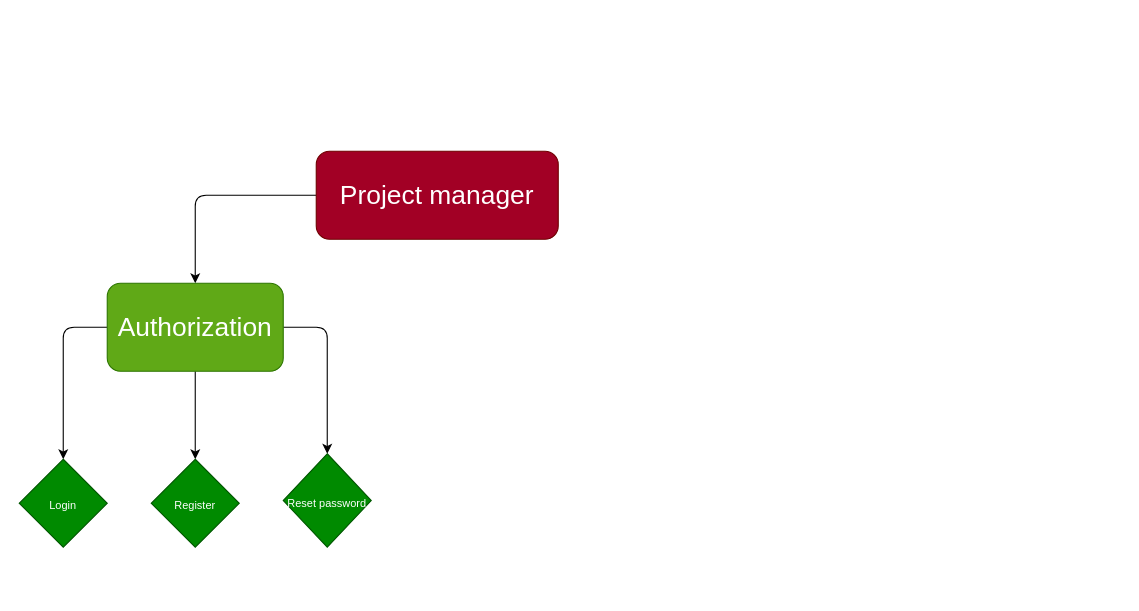
The draw.io diagram example/project.Drawio in AmirhossienGhodratnema/Project-management, before the edit. Source tidied: cells renumbered, new cells numbered last; positions are measured from the earlier drawing's top-left corner, leaving out a move shared by most shapes. Both pictures are drawn from the tidied source at 110%, with x=0, y=0 at pixel (19, 151).
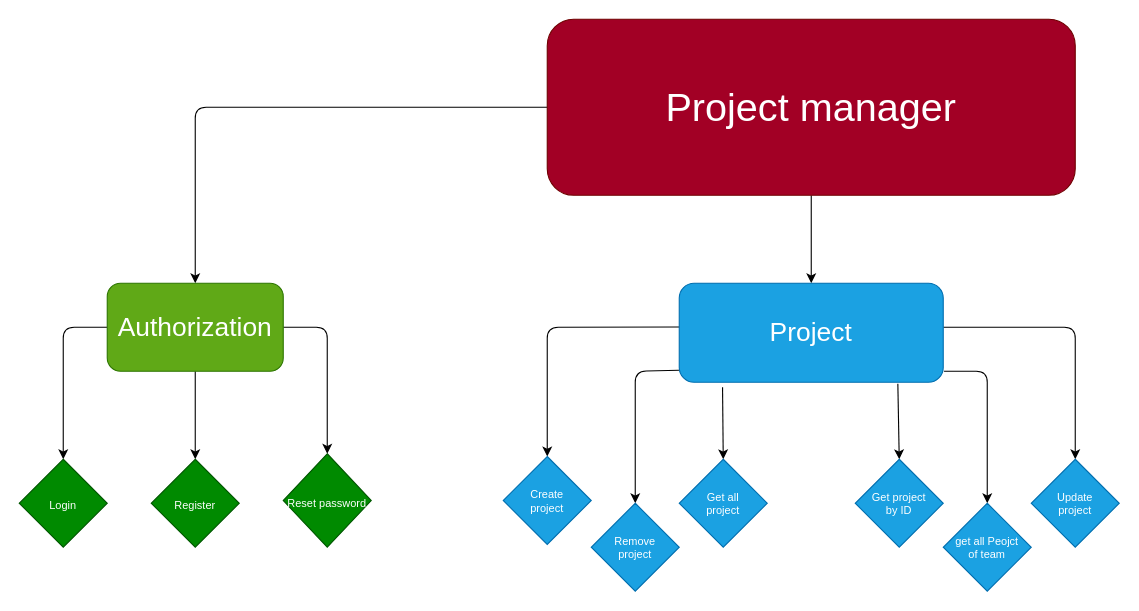
After the change.

Commit message:
controller method authentication and project is ok

Unchanged cells that the change refers to:
```xml
<mxCell id="10" value="Authorization" style="rounded=1;whiteSpace=wrap;html=1;fontSize=24;fillColor=#60a917;fontColor=#ffffff;strokeColor=#2D7600;" parent="1" vertex="1">
  <mxGeometry x="80" y="120" width="160" height="80" as="geometry" />
</mxCell>
```

The edit, as a diff of the source:
```diff
@@
-    <mxCell id="5" style="edgeStyle=none;html=1;entryX=0.5;entryY=0;entryDx=0;entryDy=0;fontSize=24;" parent="1" edge="1" source="6" target="10">
+    <mxCell id="5" style="edgeStyle=none;html=1;exitX=0;exitY=0.5;exitDx=0;exitDy=0;entryX=0.5;entryY=0;entryDx=0;entryDy=0;" parent="1" edge="1" source="6" target="10">
       <mxGeometry relative="1" as="geometry">
         <Array as="points">
-          <mxPoint x="160" y="40" />
+          <mxPoint x="160" y="-40" />
         </Array>
       </mxGeometry>
     </mxCell>
+    <mxCell id="11" style="edgeStyle=none;html=1;entryX=0.5;entryY=0;entryDx=0;entryDy=0;fontSize=24;" parent="1" edge="1" source="6" target="18">
+      <mxGeometry relative="1" as="geometry" />
+    </mxCell>
-    <mxCell id="6" value="&lt;font style=&quot;font-size: 24px;&quot;&gt;Project manager&lt;/font&gt;" style="rounded=1;whiteSpace=wrap;html=1;fillColor=#a20025;strokeColor=#6F0000;fontColor=#ffffff;" parent="1" vertex="1">
-      <mxGeometry x="270" width="220" height="80" as="geometry" />
+    <mxCell id="6" value="&lt;font style=&quot;font-size: 36px;&quot;&gt;Project manager&lt;/font&gt;" style="rounded=1;whiteSpace=wrap;html=1;fillColor=#a20025;strokeColor=#6F0000;fontColor=#ffffff;" parent="1" vertex="1">
+      <mxGeometry x="480" y="-120" width="480" height="160" as="geometry" />
     </mxCell>
@@
+    <mxCell id="12" style="edgeStyle=none;html=1;entryX=0.5;entryY=0;entryDx=0;entryDy=0;fontSize=10;exitX=0.002;exitY=0.442;exitDx=0;exitDy=0;exitPerimeter=0;" parent="1" edge="1" source="18" target="19">
+      <mxGeometry relative="1" as="geometry">
+        <Array as="points">
+          <mxPoint x="480" y="160" />
+        </Array>
+      </mxGeometry>
+    </mxCell>
+    <mxCell id="13" style="edgeStyle=none;html=1;entryX=0.5;entryY=0;entryDx=0;entryDy=0;fontSize=10;" parent="1" edge="1" target="24">
+      <mxGeometry relative="1" as="geometry">
+        <mxPoint x="840" y="160" as="sourcePoint" />
+        <Array as="points">
+          <mxPoint x="960" y="160" />
+        </Array>
+      </mxGeometry>
+    </mxCell>
+    <mxCell id="14" style="edgeStyle=none;html=1;exitX=1.003;exitY=0.889;exitDx=0;exitDy=0;entryX=0.5;entryY=0;entryDx=0;entryDy=0;fontSize=10;exitPerimeter=0;" parent="1" edge="1" source="18" target="21">
+      <mxGeometry relative="1" as="geometry">
+        <Array as="points">
+          <mxPoint x="880" y="200" />
+        </Array>
+      </mxGeometry>
+    </mxCell>
+    <mxCell id="15" style="edgeStyle=none;html=1;exitX=-0.001;exitY=0.879;exitDx=0;exitDy=0;entryX=0.5;entryY=0;entryDx=0;entryDy=0;fontSize=10;exitPerimeter=0;" parent="1" edge="1" source="18" target="23">
+      <mxGeometry relative="1" as="geometry">
+        <Array as="points">
+          <mxPoint x="560" y="200" />
+        </Array>
+      </mxGeometry>
+    </mxCell>
+    <mxCell id="16" style="edgeStyle=none;html=1;exitX=0.164;exitY=1.051;exitDx=0;exitDy=0;entryX=0.5;entryY=0;entryDx=0;entryDy=0;fontSize=10;exitPerimeter=0;" parent="1" edge="1" source="18" target="20">
+      <mxGeometry relative="1" as="geometry" />
+    </mxCell>
+    <mxCell id="17" style="edgeStyle=none;html=1;exitX=0.828;exitY=1.015;exitDx=0;exitDy=0;entryX=0.5;entryY=0;entryDx=0;entryDy=0;fontSize=10;exitPerimeter=0;" parent="1" edge="1" source="18" target="22">
+      <mxGeometry relative="1" as="geometry" />
+    </mxCell>
+    <mxCell id="18" value="&lt;font style=&quot;font-size: 24px;&quot;&gt;Project&lt;/font&gt;" style="rounded=1;whiteSpace=wrap;html=1;fillColor=#1ba1e2;fontColor=#ffffff;strokeColor=#006EAF;" parent="1" vertex="1">
+      <mxGeometry x="600" y="120" width="240" height="90" as="geometry" />
+    </mxCell>
+    <mxCell id="19" value="Create&lt;br&gt;project" style="rhombus;whiteSpace=wrap;html=1;fontSize=10;fillColor=#1ba1e2;fontColor=#ffffff;strokeColor=#006EAF;" parent="1" vertex="1">
+      <mxGeometry x="440" y="277.5" width="80" height="80" as="geometry" />
+    </mxCell>
+    <mxCell id="20" value="Get all&lt;br&gt;project" style="rhombus;whiteSpace=wrap;html=1;fontSize=10;fillColor=#1ba1e2;fontColor=#ffffff;strokeColor=#006EAF;" parent="1" vertex="1">
+      <mxGeometry x="600" y="280" width="80" height="80" as="geometry" />
+    </mxCell>
+    <mxCell id="21" value="get all Peojct&lt;br&gt;of team" style="rhombus;whiteSpace=wrap;html=1;fontSize=10;fillColor=#1ba1e2;fontColor=#ffffff;strokeColor=#006EAF;" parent="1" vertex="1">
+      <mxGeometry x="840" y="320" width="80" height="80" as="geometry" />
+    </mxCell>
+    <mxCell id="22" value="Get project&lt;br&gt;by ID" style="rhombus;whiteSpace=wrap;html=1;fontSize=10;fillColor=#1ba1e2;fontColor=#ffffff;strokeColor=#006EAF;" parent="1" vertex="1">
+      <mxGeometry x="760" y="280" width="80" height="80" as="geometry" />
+    </mxCell>
+    <mxCell id="23" value="Remove&lt;br&gt;project" style="rhombus;whiteSpace=wrap;html=1;fontSize=10;fillColor=#1ba1e2;fontColor=#ffffff;strokeColor=#006EAF;" parent="1" vertex="1">
+      <mxGeometry x="520" y="320" width="80" height="80" as="geometry" />
+    </mxCell>
+    <mxCell id="24" value="Update&lt;br&gt;project" style="rhombus;whiteSpace=wrap;html=1;fontSize=10;fillColor=#1ba1e2;fontColor=#ffffff;strokeColor=#006EAF;" parent="1" vertex="1">
+      <mxGeometry x="920" y="280" width="80" height="80" as="geometry" />
+    </mxCell>
```
